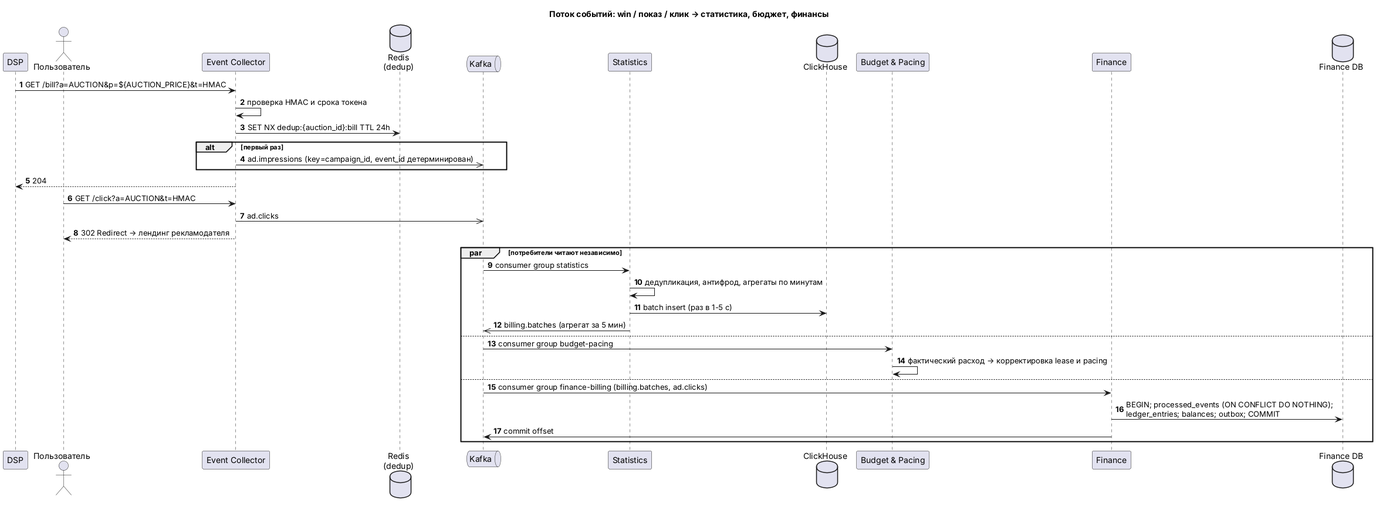
gru1988/Solution-AdScale keeps this PlantUML diagram as Task2/diagrams/event-flow-sequence.png. Above is the earlier version.
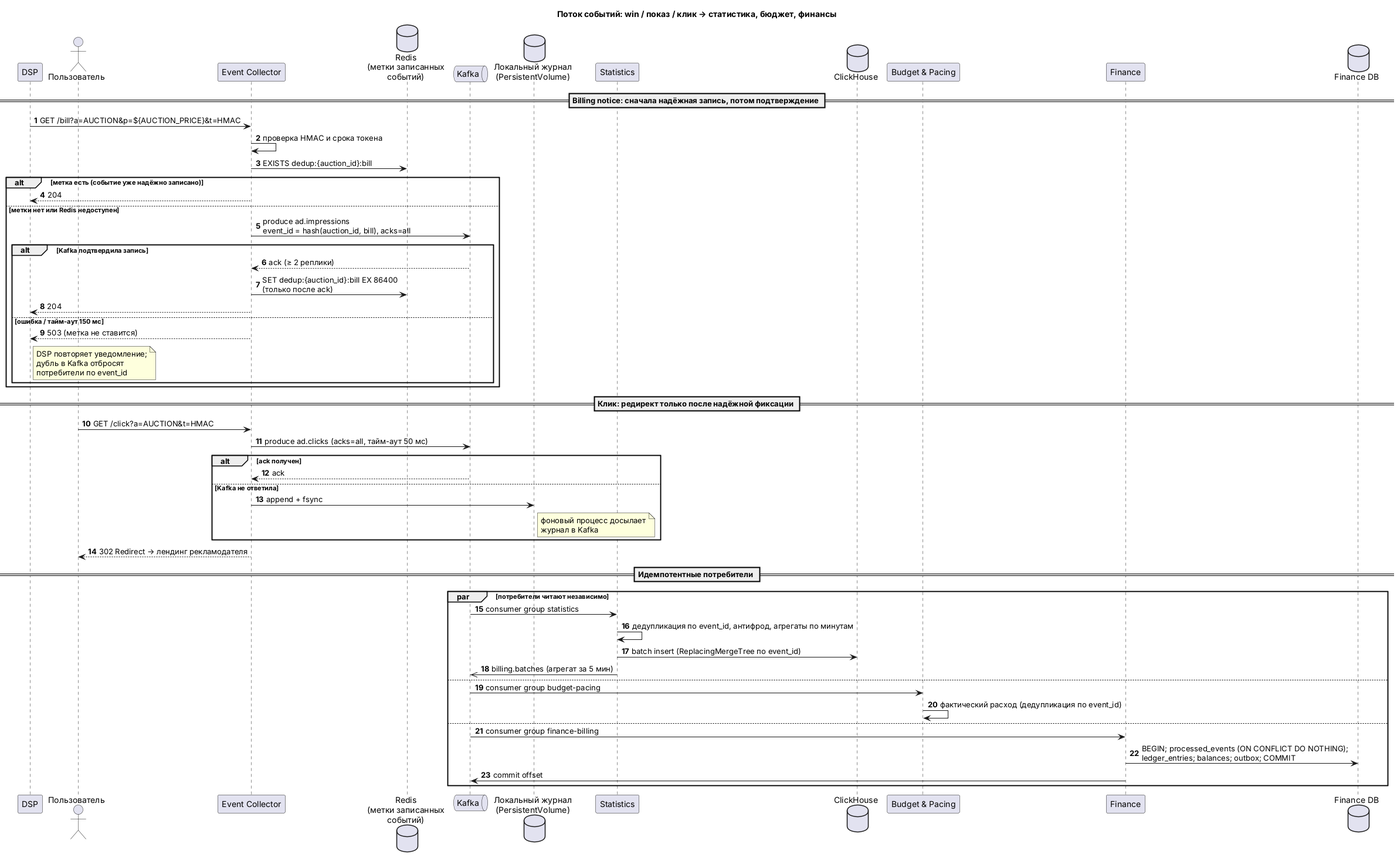
After the commit.

Change to the diagram source:
```diff
@@ -5,36 +5,55 @@
 participant "DSP" as DSP
 actor "Пользователь" as U
 participant "Event Collector" as EC
-database "Redis\n(dedup)" as R
+database "Redis\n(метки записанных\nсобытий)" as R
 queue "Kafka" as K
+database "Локальный журнал\n(PersistentVolume)" as J
 participant "Statistics" as ST
 database "ClickHouse" as CH
 participant "Budget & Pacing" as BP
 participant "Finance" as FIN
 database "Finance DB" as FDB
 
+== Billing notice: сначала надёжная запись, потом подтверждение ==
 DSP -> EC : GET /bill?a=AUCTION&p=${AUCTION_PRICE}&t=HMAC
 EC -> EC : проверка HMAC и срока токена
-EC -> R : SET NX dedup:{auction_id}:bill TTL 24h
-alt первый раз
-    EC ->> K : ad.impressions (key=campaign_id, event_id детерминирован)
+EC -> R : EXISTS dedup:{auction_id}:bill
+alt метка есть (событие уже надёжно записано)
+    EC --> DSP : 204
+else метки нет или Redis недоступен
+    EC -> K : produce ad.impressions\nevent_id = hash(auction_id, bill), acks=all
+    alt Kafka подтвердила запись
+        K --> EC : ack (≥ 2 реплики)
+        EC -> R : SET dedup:{auction_id}:bill EX 86400\n(только после ack)
+        EC --> DSP : 204
+    else ошибка / тайм-аут 150 мс
+        EC --> DSP : 503 (метка не ставится)
+        note right of DSP : DSP повторяет уведомление;\nдубль в Kafka отбросят\nпотребители по event_id
+    end
 end
-EC --> DSP : 204
 
+== Клик: редирект только после надёжной фиксации ==
 U -> EC : GET /click?a=AUCTION&t=HMAC
-EC ->> K : ad.clicks
+EC -> K : produce ad.clicks (acks=all, тайм-аут 50 мс)
+alt ack получен
+    K --> EC : ack
+else Kafka не ответила
+    EC -> J : append + fsync
+    note right of J : фоновый процесс досылает\nжурнал в Kafka
+end
 EC --> U : 302 Redirect → лендинг рекламодателя
 
+== Идемпотентные потребители ==
 par потребители читают независимо
     K -> ST : consumer group statistics
-    ST -> ST : дедупликация, антифрод, агрегаты по минутам
-    ST -> CH : batch insert (раз в 1-5 с)
+    ST -> ST : дедупликация по event_id, антифрод, агрегаты по минутам
+    ST -> CH : batch insert (ReplacingMergeTree по event_id)
     ST ->> K : billing.batches (агрегат за 5 мин)
 else
     K -> BP : consumer group budget-pacing
-    BP -> BP : фактический расход → корректировка lease и pacing
+    BP -> BP : фактический расход (дедупликация по event_id)
 else
-    K -> FIN : consumer group finance-billing (billing.batches, ad.clicks)
+    K -> FIN : consumer group finance-billing
     FIN -> FDB : BEGIN; processed_events (ON CONFLICT DO NOTHING);\nledger_entries; balances; outbox; COMMIT
     FIN -> K : commit offset
 end
```
